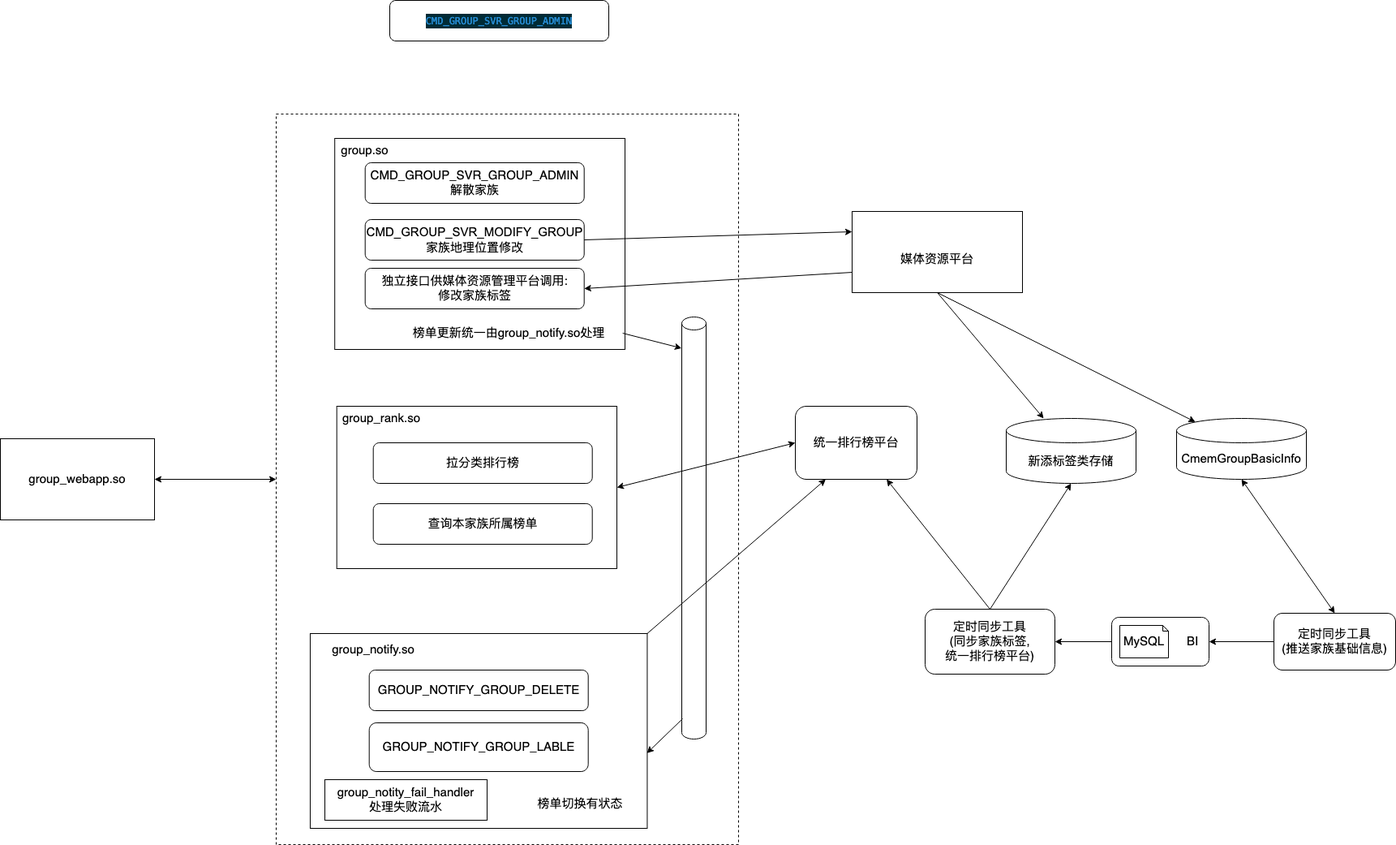
Before: 家族榜单切换.png, a diagram exported from draw.io (wu0hgl/note_pic). Source tidied: cells renumbered, new cells last; positions are measured from the earlier drawing's top-left corner, leaving out a move shared by most shapes.
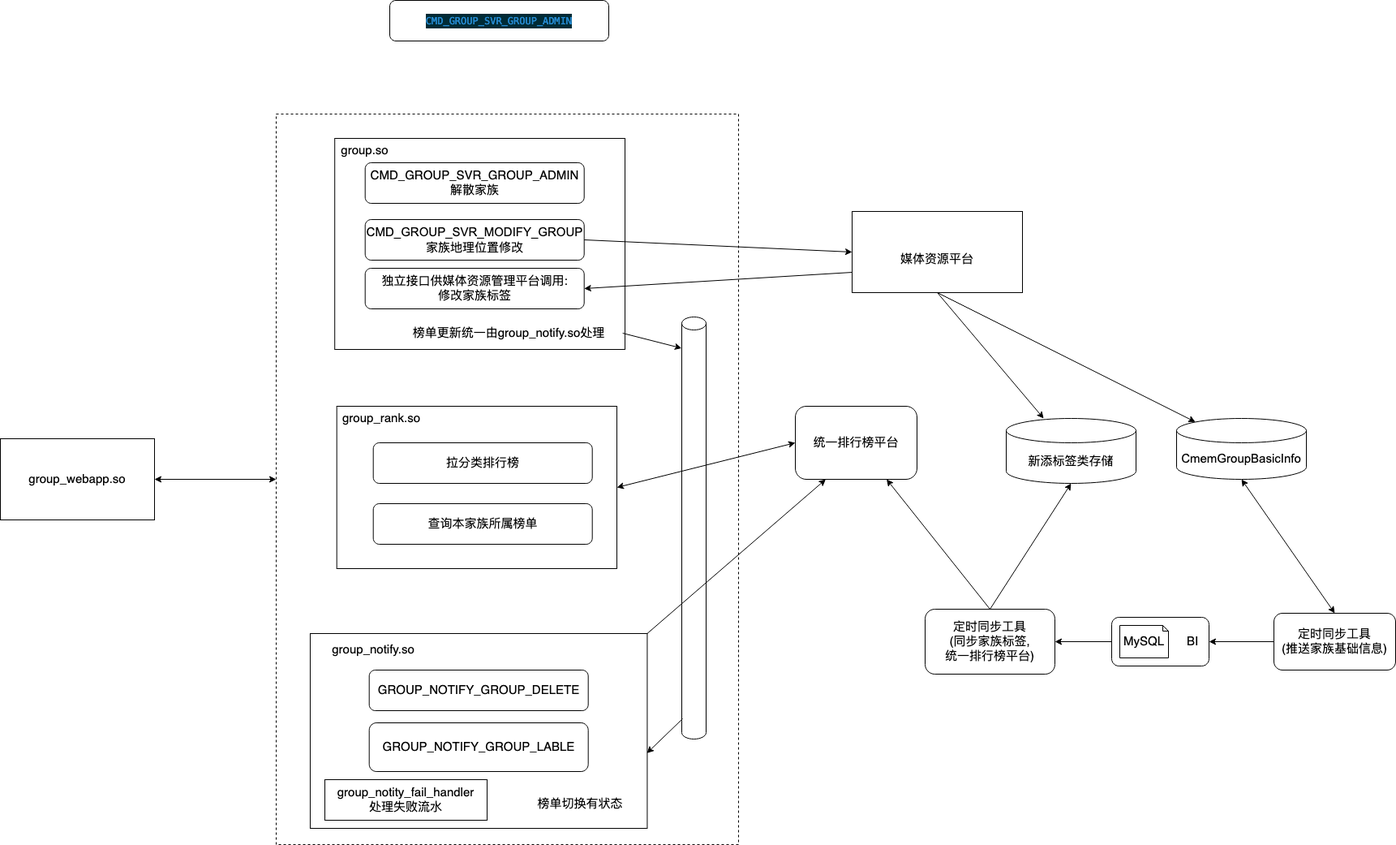
Above is the later version.

Commit message:
更新家族榜单切换.png

The edit, as a diff of the source:
```diff
@@ -89,7 +89,7 @@
     <mxCell id="30" value="&lt;div&gt;&lt;br&gt;&lt;/div&gt;&lt;div&gt;媒体资源平台&lt;br&gt;&lt;/div&gt;" style="rounded=0;whiteSpace=wrap;html=1;fontSize=15;" parent="1" vertex="1">
       <mxGeometry x="1050" y="260" width="210" height="100" as="geometry" />
     </mxCell>
-    <mxCell id="31" style="endArrow=classic;html=1;fontSize=15;exitX=1;exitY=0.5;exitDx=0;exitDy=0;entryX=0;entryY=0.25;entryDx=0;entryDy=0;" parent="1" edge="1" source="17" target="30">
+    <mxCell id="31" style="endArrow=classic;html=1;fontSize=15;exitX=1;exitY=0.5;exitDx=0;exitDy=0;entryX=0;entryY=0.5;entryDx=0;entryDy=0;" parent="1" edge="1" source="17" target="30">
       <mxGeometry relative="1" as="geometry" />
     </mxCell>
     <mxCell id="32" style="endArrow=classic;html=1;fontSize=15;exitX=0;exitY=0.75;exitDx=0;exitDy=0;entryX=1;entryY=0.5;entryDx=0;entryDy=0;" parent="1" edge="1" source="30" target="14">
```
